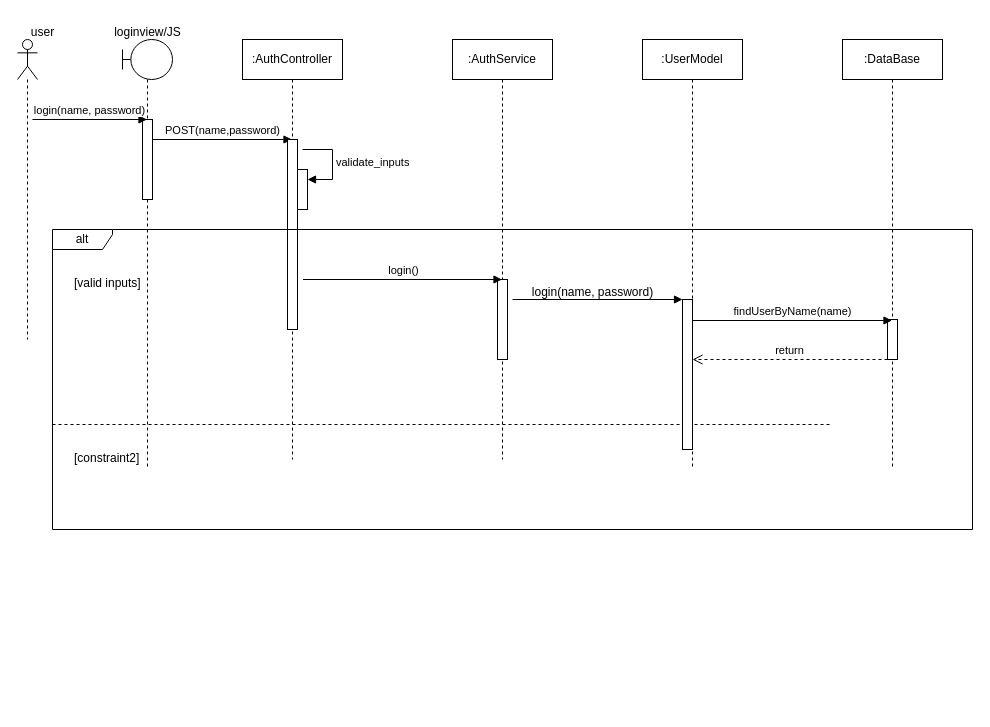
This is docs/diagram/sequence/Login.drawio from spiritou/MO_Data_Entry, a draw.io file, before an edit. Source tidied: cells renumbered, new cells numbered last; positions are measured from the earlier drawing's top-left corner, leaving out a move shared by most shapes. Both pictures are drawn from the tidied source at 100%, with x=0, y=0 at pixel (17, 17).
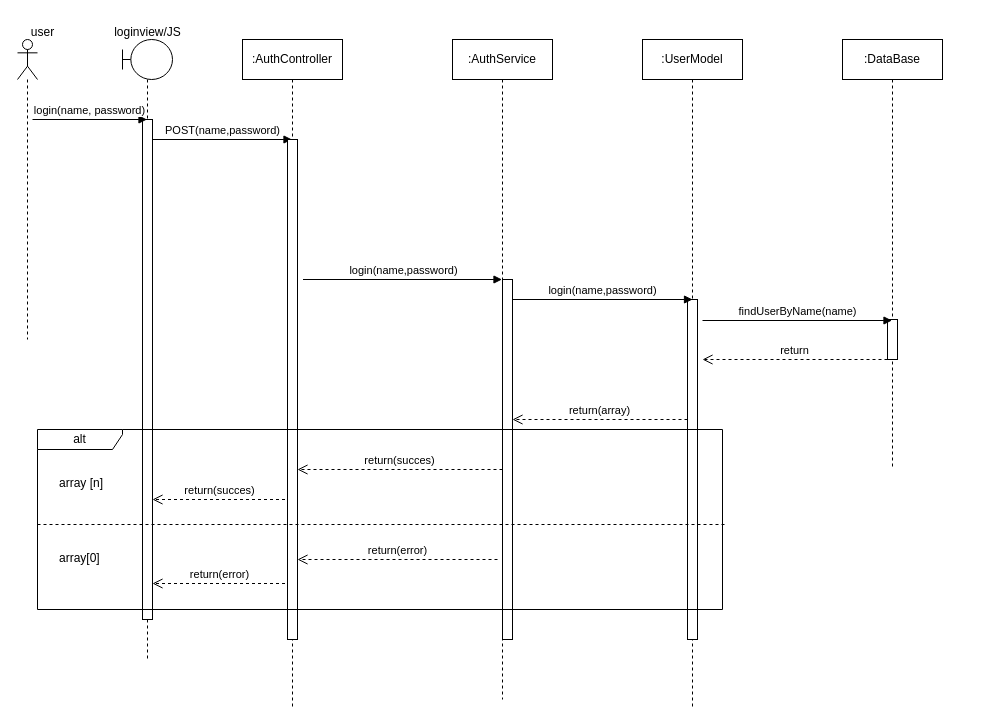
The same diagram, later.

Commit message:
trying to make the sequence diagramm coherent

The change refers to these unchanged cells:
```xml
<mxCell id="18" value=":DataBase" style="shape=umlLifeline;perimeter=lifelinePerimeter;whiteSpace=wrap;html=1;outlineConnect=0;portConstraint=eastwest;newEdgeStyle={&quot;curved&quot;:0,&quot;rounded&quot;:0};" parent="1" vertex="1">
  <mxGeometry x="825" y="22" width="100" height="430" as="geometry" />
</mxCell>
```

The edit, as a diff of the source:
```diff
@@
     <mxCell id="3" style="shape=umlLifeline;perimeter=lifelinePerimeter;whiteSpace=wrap;html=1;outlineConnect=0;portConstraint=eastwest;newEdgeStyle={&quot;curved&quot;:0,&quot;rounded&quot;:0};participant=umlBoundary;" parent="1" vertex="1">
-      <mxGeometry x="105" y="22" width="50" height="430" as="geometry" />
+      <mxGeometry x="105" y="22" width="50" height="620" as="geometry" />
     </mxCell>
     <mxCell id="4" style="html=1;perimeter=orthogonalPerimeter;targetShapes=umlLifeline;newEdgeStyle={&quot;curved&quot;:0,&quot;rounded&quot;:0};" parent="3" vertex="1">
-      <mxGeometry x="20" y="80" width="10" height="80" as="geometry" />
+      <mxGeometry x="20" y="80" width="10" height="500" as="geometry" />
     </mxCell>
@@
     <mxCell id="7" value=":AuthService" style="shape=umlLifeline;perimeter=lifelinePerimeter;whiteSpace=wrap;html=1;outlineConnect=0;portConstraint=eastwest;newEdgeStyle={&quot;curved&quot;:0,&quot;rounded&quot;:0};" parent="1" vertex="1">
-      <mxGeometry x="435" y="22" width="100" height="420" as="geometry" />
+      <mxGeometry x="435" y="22" width="100" height="660" as="geometry" />
     </mxCell>
     <mxCell id="8" style="html=1;perimeter=orthogonalPerimeter;targetShapes=umlLifeline;newEdgeStyle={&quot;curved&quot;:0,&quot;rounded&quot;:0};" parent="7" vertex="1">
-      <mxGeometry x="45" y="240" width="10" height="80" as="geometry" />
+      <mxGeometry x="50" y="240" width="10" height="360" as="geometry" />
     </mxCell>
     <mxCell id="9" value=":UserModel" style="shape=umlLifeline;perimeter=lifelinePerimeter;whiteSpace=wrap;html=1;newEdgeStyle={&quot;curved&quot;:0,&quot;rounded&quot;:0};" parent="1" vertex="1">
-      <mxGeometry x="625" y="22" width="100" height="430" as="geometry" />
+      <mxGeometry x="625" y="22" width="100" height="670" as="geometry" />
     </mxCell>
+    <mxCell id="27" style="html=1;perimeter=orthogonalPerimeter;targetShapes=umlLifeline;newEdgeStyle={&quot;curved&quot;:0,&quot;rounded&quot;:0};" parent="9" vertex="1">
+      <mxGeometry x="45" y="260" width="10" height="340" as="geometry" />
+    </mxCell>
@@
-    <mxCell id="12" value="login()" style="html=1;verticalAlign=bottom;endArrow=block;curved=0;rounded=0;" parent="1" edge="1" target="7">
+    <mxCell id="12" value="login(name,password)" style="html=1;verticalAlign=bottom;endArrow=block;curved=0;rounded=0;" parent="1" edge="1" target="7">
       <mxGeometry relative="1" as="geometry">
         <mxPoint x="285.5" y="262" as="sourcePoint" />
       </mxGeometry>
     </mxCell>
     <mxCell id="13" value=":AuthController" style="shape=umlLifeline;perimeter=lifelinePerimeter;whiteSpace=wrap;html=1;newEdgeStyle={&quot;curved&quot;:0,&quot;rounded&quot;:0};" parent="1" vertex="1">
-      <mxGeometry x="225" y="22" width="100" height="420" as="geometry" />
+      <mxGeometry x="225" y="22" width="100" height="670" as="geometry" />
     </mxCell>
     <mxCell id="14" style="html=1;points=[[0,0,0,0,5],[0,1,0,0,-5],[1,0,0,0,5],[1,1,0,0,-5]];perimeter=orthogonalPerimeter;outlineConnect=0;targetShapes=umlLifeline;portConstraint=eastwest;newEdgeStyle={&quot;curved&quot;:0,&quot;rounded&quot;:0};" parent="13" vertex="1">
-      <mxGeometry x="45" y="100" width="10" height="190" as="geometry" />
+      <mxGeometry x="45" y="100" width="10" height="500" as="geometry" />
     </mxCell>
-    <mxCell id="15" style="html=1;points=[[0,0,0,0,5],[0,1,0,0,-5],[1,0,0,0,5],[1,1,0,0,-5]];perimeter=orthogonalPerimeter;outlineConnect=0;targetShapes=umlLifeline;portConstraint=eastwest;newEdgeStyle={&quot;curved&quot;:0,&quot;rounded&quot;:0};" parent="13" vertex="1">
-      <mxGeometry x="55" y="130" width="10" height="40" as="geometry" />
-    </mxCell>
-    <mxCell id="16" value="validate_inputs" style="html=1;align=left;spacingLeft=2;endArrow=block;rounded=0;edgeStyle=orthogonalEdgeStyle;curved=0;rounded=0;" parent="13" edge="1" target="15">
-      <mxGeometry relative="1" as="geometry">
-        <mxPoint x="60" y="110" as="sourcePoint" />
-        <Array as="points">
-          <mxPoint x="90" y="140" />
-        </Array>
-      </mxGeometry>
-    </mxCell>
-    <mxCell id="17" value="login(name, password)" style="text;html=1;align=center;verticalAlign=middle;strokeColor=none;fillColor=none;" parent="1" vertex="1">
-      <mxGeometry x="505" y="260" width="140" height="30" as="geometry" />
-    </mxCell>
@@
+    <mxCell id="26" value="findUserByName(name)" style="html=1;verticalAlign=bottom;endArrow=block;curved=0;rounded=0;" parent="1" edge="1" target="18">
+      <mxGeometry relative="1" as="geometry">
+        <mxPoint x="685" y="303" as="sourcePoint" />
+      </mxGeometry>
+    </mxCell>
+    <mxCell id="24" value="return" style="html=1;verticalAlign=bottom;endArrow=open;dashed=1;endSize=8;curved=0;rounded=0;exitX=0;exitY=1;exitDx=0;exitDy=-5;exitPerimeter=0;" parent="1" edge="1">
+      <mxGeometry relative="1" as="geometry">
+        <mxPoint x="870" y="342" as="sourcePoint" />
+        <mxPoint x="685" y="342" as="targetPoint" />
+      </mxGeometry>
+    </mxCell>
+    <mxCell id="28" value="login(name,password)" style="html=1;verticalAlign=bottom;endArrow=block;curved=0;rounded=0;" parent="1" edge="1">
+      <mxGeometry relative="1" as="geometry">
+        <mxPoint x="495" y="282" as="sourcePoint" />
+        <mxPoint x="675" y="282" as="targetPoint" />
+      </mxGeometry>
+    </mxCell>
+    <mxCell id="29" value="return(array)" style="html=1;verticalAlign=bottom;endArrow=open;dashed=1;endSize=8;curved=0;rounded=0;exitX=0;exitY=1;exitDx=0;exitDy=-5;exitPerimeter=0;" parent="1" edge="1">
+      <mxGeometry relative="1" as="geometry">
+        <mxPoint x="670" y="402" as="sourcePoint" />
+        <mxPoint x="495" y="402" as="targetPoint" />
+      </mxGeometry>
+    </mxCell>
-    <mxCell id="20" value="alt" style="shape=umlFrame;whiteSpace=wrap;html=1;width=60;height=20;" parent="1" vertex="1">
-      <mxGeometry x="35" y="212" width="920" height="300" as="geometry" />
+    <mxCell id="20" value="alt" style="shape=umlFrame;whiteSpace=wrap;html=1;width=85;height=20;" parent="1" vertex="1">
+      <mxGeometry x="20" y="412" width="685" height="180" as="geometry" />
     </mxCell>
-    <mxCell id="21" value="[valid inputs]" style="text;html=1;" parent="20" vertex="1">
-      <mxGeometry width="100" height="20" relative="1" as="geometry">
-        <mxPoint x="20" y="40" as="offset" />
-      </mxGeometry>
-    </mxCell>
-    <mxCell id="22" value="[constraint2]" style="line;strokeWidth=1;dashed=1;labelPosition=center;verticalLabelPosition=bottom;align=left;verticalAlign=top;spacingLeft=20;spacingTop=15;html=1;whiteSpace=wrap;" parent="20" vertex="1">
-      <mxGeometry y="190" width="780" height="10" as="geometry" />
-    </mxCell>
-    <mxCell id="23" style="html=1;points=[[0,0,0,0,5],[0,1,0,0,-5],[1,0,0,0,5],[1,1,0,0,-5]];perimeter=orthogonalPerimeter;outlineConnect=0;targetShapes=umlLifeline;portConstraint=eastwest;newEdgeStyle={&quot;curved&quot;:0,&quot;rounded&quot;:0};" parent="20" vertex="1">
-      <mxGeometry x="630" y="70" width="10" height="150" as="geometry" />
-    </mxCell>
-    <mxCell id="24" value="return" style="html=1;verticalAlign=bottom;endArrow=open;dashed=1;endSize=8;curved=0;rounded=0;exitX=0;exitY=1;exitDx=0;exitDy=-5;exitPerimeter=0;" parent="20" edge="1">
-      <mxGeometry relative="1" as="geometry">
-        <mxPoint x="835" y="130" as="sourcePoint" />
-        <mxPoint x="640" y="130" as="targetPoint" />
-      </mxGeometry>
-    </mxCell>
-    <mxCell id="25" style="html=1;verticalAlign=bottom;labelBackgroundColor=none;endArrow=block;endFill=1;" parent="20" edge="1">
-      <mxGeometry relative="1" as="geometry">
-        <mxPoint x="460" y="70" as="sourcePoint" />
-        <mxPoint x="630" y="70" as="targetPoint" />
-      </mxGeometry>
-    </mxCell>
-    <mxCell id="26" value="findUserByName(name)" style="html=1;verticalAlign=bottom;endArrow=block;curved=0;rounded=0;exitX=1;exitY=0.14;exitDx=0;exitDy=0;exitPerimeter=0;" parent="1" edge="1" source="23" target="18">
-      <mxGeometry relative="1" as="geometry" />
-    </mxCell>
+    <mxCell id="30" value="array [n]" style="text;html=1;" parent="20" vertex="1">
+      <mxGeometry width="100" height="20" relative="1" as="geometry">
+        <mxPoint x="20" y="40" as="offset" />
+      </mxGeometry>
+    </mxCell>
+    <mxCell id="31" value="array[0]" style="line;strokeWidth=1;dashed=1;labelPosition=center;verticalLabelPosition=bottom;align=left;verticalAlign=top;spacingLeft=20;spacingTop=15;html=1;whiteSpace=wrap;" parent="20" vertex="1">
+      <mxGeometry y="90" width="690" height="10" as="geometry" />
+    </mxCell>
+    <mxCell id="32" value="return(succes)" style="html=1;verticalAlign=bottom;endArrow=open;dashed=1;endSize=8;curved=0;rounded=0;exitX=0;exitY=1;exitDx=0;exitDy=-5;exitPerimeter=0;" parent="20" edge="1">
+      <mxGeometry relative="1" as="geometry">
+        <mxPoint x="465" y="40" as="sourcePoint" />
+        <mxPoint x="260" y="40" as="targetPoint" />
+      </mxGeometry>
+    </mxCell>
+    <mxCell id="33" value="return(succes)" style="html=1;verticalAlign=bottom;endArrow=open;dashed=1;endSize=8;curved=0;rounded=0;exitX=0;exitY=1;exitDx=0;exitDy=-5;exitPerimeter=0;" parent="20" edge="1">
+      <mxGeometry relative="1" as="geometry">
+        <mxPoint x="247.5" y="70" as="sourcePoint" />
+        <mxPoint x="115" y="70" as="targetPoint" />
+      </mxGeometry>
+    </mxCell>
+    <mxCell id="34" value="return(error)" style="html=1;verticalAlign=bottom;endArrow=open;dashed=1;endSize=8;curved=0;rounded=0;exitX=0;exitY=1;exitDx=0;exitDy=-5;exitPerimeter=0;" parent="20" edge="1" target="14">
+      <mxGeometry relative="1" as="geometry">
+        <mxPoint x="460" y="130" as="sourcePoint" />
+      </mxGeometry>
+    </mxCell>
+    <mxCell id="35" value="return(error)" style="html=1;verticalAlign=bottom;endArrow=open;dashed=1;endSize=8;curved=0;rounded=0;exitX=0;exitY=1;exitDx=0;exitDy=-5;exitPerimeter=0;" parent="20" edge="1">
+      <mxGeometry relative="1" as="geometry">
+        <mxPoint x="247.5" y="154" as="sourcePoint" />
+        <mxPoint x="115" y="154" as="targetPoint" />
+      </mxGeometry>
+    </mxCell>
```
